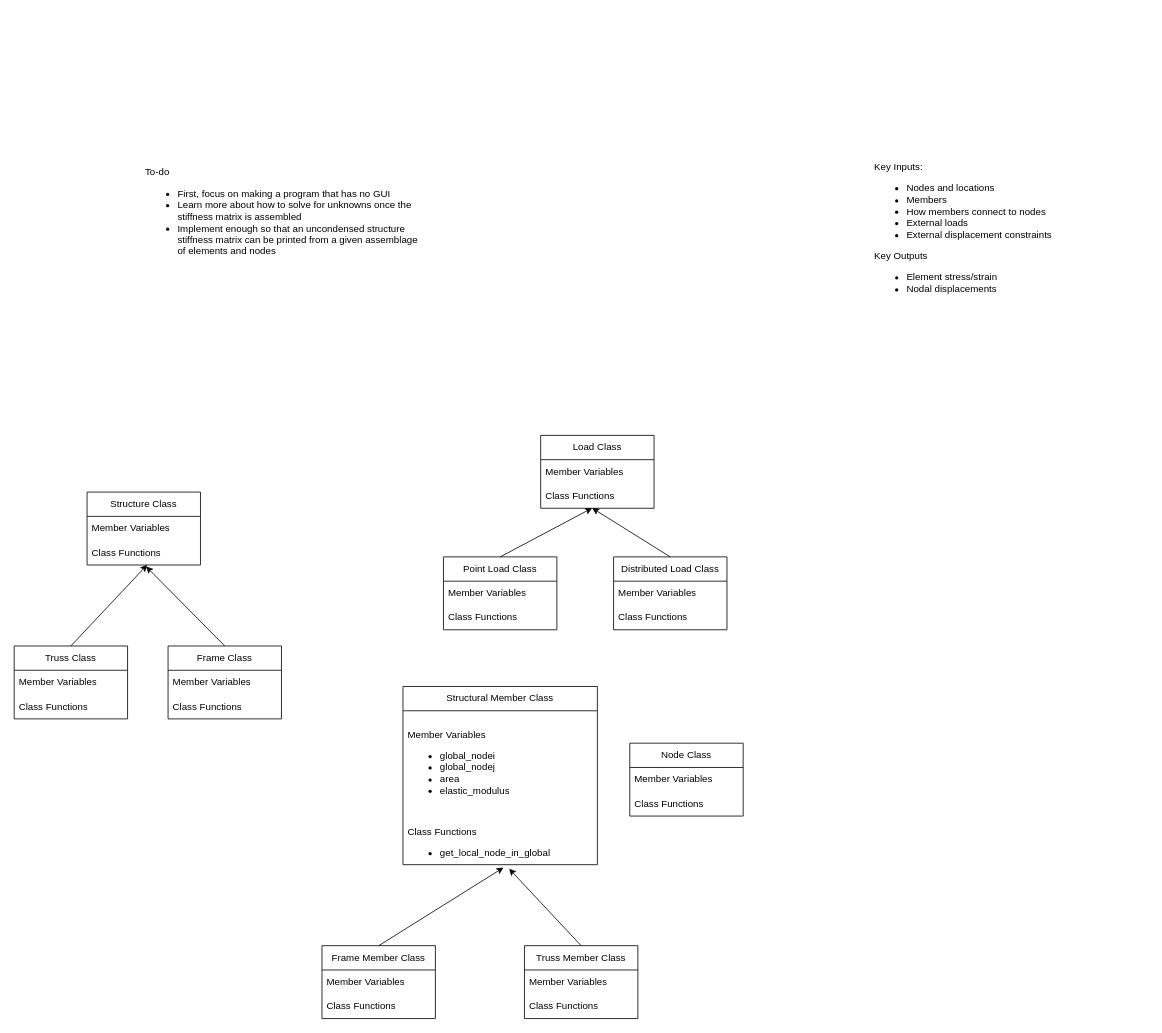
This is Program Structure.drawio from nickmenz/PySAP, a draw.io file, before an edit. Source tidied: cells renumbered, new cells numbered last; positions are measured from the earlier drawing's top-left corner, leaving out a move shared by most shapes. Both pictures are drawn from the tidied source at 81%, with x=0, y=0 at pixel (14, 151).
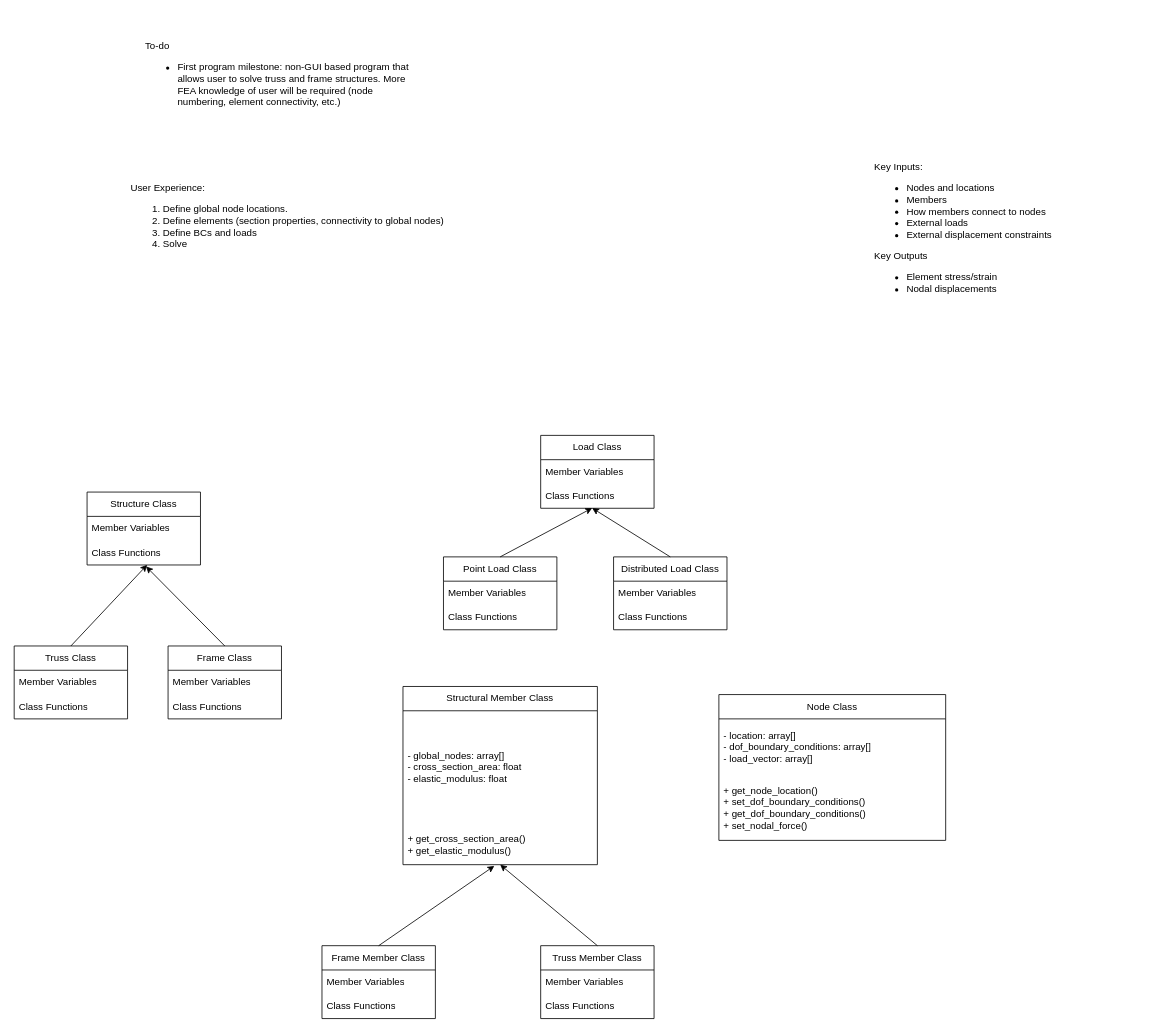
After the change.

The change refers to these unchanged cells:
```xml
<mxCell id="2" value="Structural Member Class" style="swimlane;fontStyle=0;horizontal=1;startSize=30;whiteSpace=wrap;html=1;" parent="1" vertex="1">
  <mxGeometry x="480" y="660" width="240" height="220" as="geometry" />
</mxCell>
<mxCell id="30" value="Frame Member Class" style="swimlane;fontStyle=0;horizontal=1;startSize=30;whiteSpace=wrap;html=1;" parent="1" vertex="1">
  <mxGeometry x="380" y="980" width="140" height="90" as="geometry" />
</mxCell>
```

What changed in the source:
```diff
@@
-    <mxCell id="3" value="Member Variables&lt;br&gt;&lt;ul&gt;&lt;li&gt;global_nodei&lt;/li&gt;&lt;li&gt;global_nodej&lt;/li&gt;&lt;li&gt;area&lt;/li&gt;&lt;li&gt;elastic_modulus&lt;/li&gt;&lt;/ul&gt;" style="text;strokeColor=none;fillColor=none;align=left;verticalAlign=middle;spacingLeft=4;spacingRight=4;overflow=hidden;whiteSpace=wrap;html=1;" parent="2" vertex="1">
+    <mxCell id="3" value="&lt;span style=&quot;background-color: initial; text-align: justify;&quot;&gt;- global_nodes: array[]&lt;/span&gt;&lt;br&gt;&lt;span style=&quot;background-color: initial; text-align: justify;&quot;&gt;- cross_section_area: float&lt;/span&gt;&lt;br&gt;&lt;span style=&quot;background-color: initial; text-align: justify;&quot;&gt;- elastic_modulus: float&lt;/span&gt;" style="text;strokeColor=none;fillColor=none;align=left;verticalAlign=middle;spacingLeft=4;spacingRight=4;overflow=hidden;whiteSpace=wrap;html=1;" parent="2" vertex="1">
       <mxGeometry y="30" width="240" height="140" as="geometry" />
     </mxCell>
-    <mxCell id="4" value="Class Functions&lt;br&gt;&lt;ul&gt;&lt;li&gt;get_local_node_in_global&lt;/li&gt;&lt;/ul&gt;" style="text;strokeColor=none;fillColor=none;align=left;verticalAlign=middle;spacingLeft=4;spacingRight=4;overflow=hidden;points=[[0,0.5],[1,0.5]];portConstraint=eastwest;whiteSpace=wrap;html=1;" parent="2" vertex="1">
+    <mxCell id="4" value="&lt;span style=&quot;background-color: initial;&quot;&gt;+ get_cross_section_area()&lt;br&gt;+ get_elastic_modulus()&lt;br&gt;&lt;/span&gt;" style="text;strokeColor=none;fillColor=none;align=left;verticalAlign=middle;spacingLeft=4;spacingRight=4;overflow=hidden;points=[[0,0.5],[1,0.5]];portConstraint=eastwest;whiteSpace=wrap;html=1;" parent="2" vertex="1">
       <mxGeometry y="170" width="240" height="50" as="geometry" />
     </mxCell>
     <mxCell id="5" value="Node Class" style="swimlane;fontStyle=0;horizontal=1;startSize=30;whiteSpace=wrap;html=1;" parent="1" vertex="1">
-      <mxGeometry x="760" y="730" width="140" height="90" as="geometry" />
+      <mxGeometry x="870" y="670" width="280" height="180" as="geometry" />
     </mxCell>
-    <mxCell id="6" value="Member Variables" style="text;strokeColor=none;fillColor=none;align=left;verticalAlign=middle;spacingLeft=4;spacingRight=4;overflow=hidden;whiteSpace=wrap;html=1;" parent="5" vertex="1">
-      <mxGeometry y="30" width="140" height="30" as="geometry" />
+    <mxCell id="6" value="- location: array[]&lt;br&gt;- dof_boundary_conditions: array[]&lt;br&gt;- load_vector: array[]" style="text;strokeColor=none;fillColor=none;align=left;verticalAlign=middle;spacingLeft=4;spacingRight=4;overflow=hidden;whiteSpace=wrap;html=1;" parent="5" vertex="1">
+      <mxGeometry y="30" width="280" height="70" as="geometry" />
     </mxCell>
-    <mxCell id="7" value="Class Functions" style="text;strokeColor=none;fillColor=none;align=left;verticalAlign=middle;spacingLeft=4;spacingRight=4;overflow=hidden;whiteSpace=wrap;html=1;" parent="5" vertex="1">
-      <mxGeometry y="60" width="140" height="30" as="geometry" />
+    <mxCell id="7" value="+ get_node_location()&lt;br&gt;+ set_dof_boundary_conditions()&lt;br&gt;+ get_dof_boundary_conditions()&lt;br&gt;+ set_nodal_force()" style="text;strokeColor=none;fillColor=none;align=left;verticalAlign=middle;spacingLeft=4;spacingRight=4;overflow=hidden;whiteSpace=wrap;html=1;" parent="5" vertex="1">
+      <mxGeometry y="100" width="280" height="80" as="geometry" />
     </mxCell>
@@
     <mxCell id="33" value="Truss Member Class" style="swimlane;fontStyle=0;horizontal=1;startSize=30;whiteSpace=wrap;html=1;" parent="1" vertex="1">
-      <mxGeometry x="630" y="980" width="140" height="90" as="geometry" />
+      <mxGeometry x="650" y="980" width="140" height="90" as="geometry" />
     </mxCell>
@@
-    <mxCell id="36" style="endArrow=classic;html=1;rounded=0;entryX=0.517;entryY=1.073;entryDx=0;entryDy=0;entryPerimeter=0;exitX=0.5;exitY=0;exitDx=0;exitDy=0;" parent="1" edge="1" source="30" target="4">
+    <mxCell id="36" style="endArrow=classic;html=1;rounded=0;entryX=0.47;entryY=1.03;entryDx=0;entryDy=0;entryPerimeter=0;exitX=0.5;exitY=0;exitDx=0;exitDy=0;" parent="1" edge="1" source="30" target="4">
       <mxGeometry relative="1" as="geometry" />
     </mxCell>
-    <mxCell id="37" style="endArrow=classic;html=1;rounded=0;entryX=0.546;entryY=1.1;entryDx=0;entryDy=0;entryPerimeter=0;exitX=0.5;exitY=0;exitDx=0;exitDy=0;" parent="1" edge="1" source="33" target="4">
+    <mxCell id="37" style="endArrow=classic;html=1;rounded=0;entryX=0.5;entryY=1;entryDx=0;entryDy=0;exitX=0.5;exitY=0;exitDx=0;exitDy=0;" parent="1" edge="1" source="33" target="2">
       <mxGeometry relative="1" as="geometry" />
     </mxCell>
@@
-    <mxCell id="39" value="To-do&lt;br&gt;&lt;ul&gt;&lt;li&gt;First, focus on making a program that has no GUI&lt;/li&gt;&lt;li&gt;Learn more about how to solve for unknowns once the stiffness matrix is assembled&lt;/li&gt;&lt;li&gt;Implement enough so that an uncondensed structure stiffness matrix can be printed from a given assemblage of elements and nodes&lt;/li&gt;&lt;/ul&gt;" style="text;html=1;strokeColor=none;fillColor=none;align=left;verticalAlign=middle;whiteSpace=wrap;rounded=0;" parent="1" vertex="1">
-      <mxGeometry x="160" width="340" height="160" as="geometry" />
+    <mxCell id="39" value="To-do&lt;br&gt;&lt;ul&gt;&lt;li&gt;First program milestone: non-GUI based program that allows user to solve truss and frame structures. More FEA knowledge of user will be required (node numbering, element connectivity, etc.)&lt;/li&gt;&lt;/ul&gt;" style="text;html=1;strokeColor=none;fillColor=none;align=left;verticalAlign=middle;whiteSpace=wrap;rounded=0;" parent="1" vertex="1">
+      <mxGeometry x="160" y="-170" width="340" height="160" as="geometry" />
     </mxCell>
+    <mxCell id="40" value="User Experience:&lt;br&gt;&lt;ol&gt;&lt;li&gt;Define global node locations.&lt;/li&gt;&lt;li&gt;Define elements (section properties, connectivity to global nodes)&lt;/li&gt;&lt;li&gt;Define BCs and loads&lt;/li&gt;&lt;li&gt;Solve&lt;/li&gt;&lt;/ol&gt;" style="text;html=1;strokeColor=none;fillColor=none;align=left;verticalAlign=middle;whiteSpace=wrap;rounded=0;" parent="1" vertex="1">
+      <mxGeometry x="142" y="-10" width="400" height="190" as="geometry" />
+    </mxCell>
```
